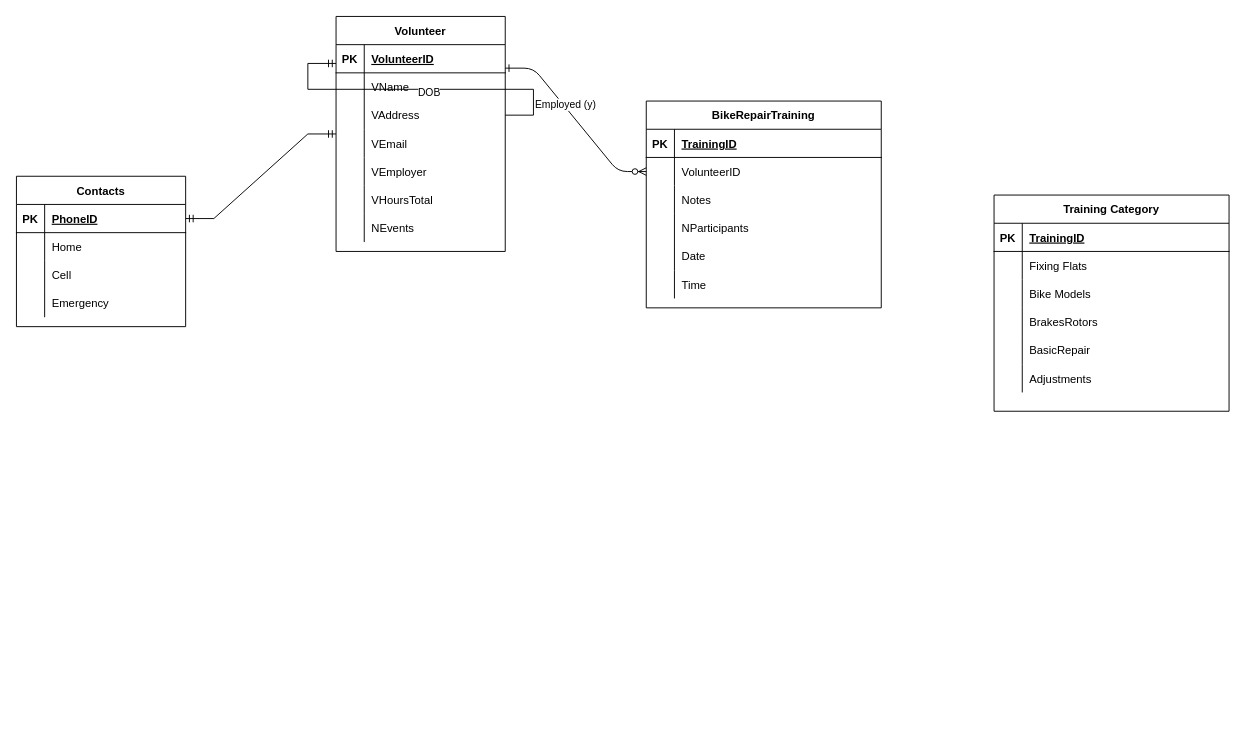
The draw.io diagram Untitled Diagram.drawio in dcar2121/sl4, before the edit. Source tidied: cells renumbered, new cells numbered last; positions are measured from the earlier drawing's top-left corner, leaving out a move shared by most shapes. Both pictures are drawn from the tidied source at 94%, with x=0, y=0 at pixel (16, 16).
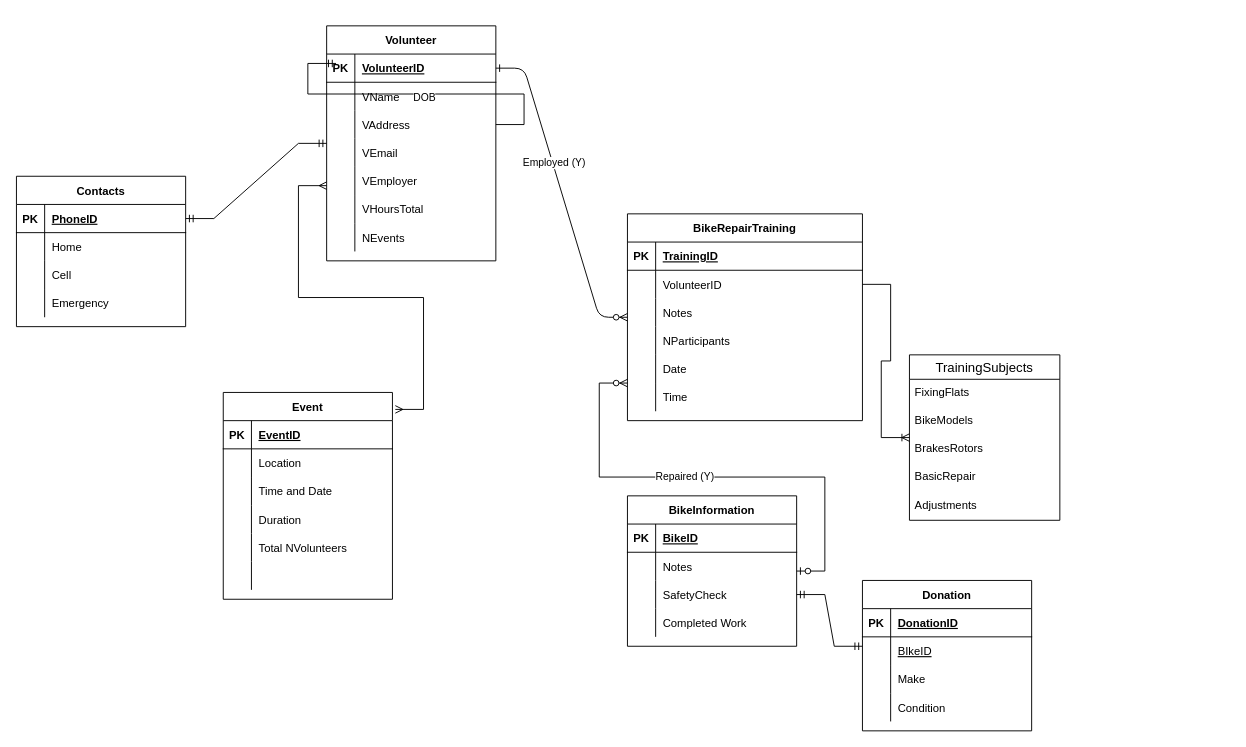
The same page after the edit.

The change refers to these unchanged cells:
```xml
<mxCell id="8" style="shape=partialRectangle;fillColor=none;points=[[0,0.5],[1,0.5]];portConstraint=eastwest;top=0;left=0;right=0;bottom=0;" parent="4" vertex="1">
  <mxGeometry y="60" width="250" height="30" as="geometry" />
</mxCell>
<mxCell id="56" style="shape=tableRow;horizontal=0;startSize=0;swimlaneHead=0;swimlaneBody=0;fillColor=none;points=[[0,0.5],[1,0.5]];portConstraint=eastwest;top=0;left=0;right=0;bottom=1;" parent="55" vertex="1">
  <mxGeometry y="30" width="180" height="30" as="geometry" />
</mxCell>
```

What changed in the source:
```diff
@@
-    <mxCell id="2" style="edgeStyle=entityRelationEdgeStyle;endArrow=ERzeroToMany;startArrow=ERone;endFill=1;startFill=0;" parent="1" edge="1">
-      <mxGeometry relative="1" as="geometry">
-        <mxPoint x="520" y="55" as="sourcePoint" />
-        <mxPoint x="670" y="165" as="targetPoint" />
-      </mxGeometry>
+    <mxCell id="2" style="edgeStyle=entityRelationEdgeStyle;endArrow=ERzeroToMany;startArrow=ERone;endFill=1;startFill=0;exitX=1;exitY=0.5;exitDx=0;exitDy=0;" parent="1" edge="1" source="56" target="4">
+      <mxGeometry relative="1" as="geometry" />
     </mxCell>
-    <mxCell id="3" value="Employed (y)" style="edgeLabel;html=1;align=center;verticalAlign=middle;" parent="2" vertex="1">
+    <mxCell id="3" value="Employed (Y)" style="edgeLabel;html=1;align=center;verticalAlign=middle;" parent="2" vertex="1">
       <mxGeometry x="-0.2" y="1" relative="1" as="geometry" />
     </mxCell>
     <mxCell id="4" value="BikeRepairTraining" style="shape=table;startSize=30;childLayout=tableLayout;rowLines=0;fontStyle=1;align=center;" parent="1" vertex="1">
-      <mxGeometry x="670" y="90" width="250" height="220" as="geometry" />
+      <mxGeometry x="650" y="210" width="250" height="220" as="geometry" />
     </mxCell>
@@
-    <mxCell id="23" value="Training Category" style="shape=table;startSize=30;childLayout=tableLayout;rowLines=0;fontStyle=1;align=center;" parent="1" vertex="1">
-      <mxGeometry x="1040" y="190" width="250" height="230" as="geometry" />
-    </mxCell>
-    <mxCell id="24" style="shape=partialRectangle;fillColor=none;top=0;left=0;right=0;bottom=1;" parent="23" vertex="1">
-      <mxGeometry y="30" width="250" height="30" as="geometry" />
-    </mxCell>
-    <mxCell id="25" value="PK" style="shape=partialRectangle;overflow=hidden;fillColor=none;top=0;left=0;bottom=0;right=0;fontStyle=1;" parent="24" vertex="1">
-      <mxGeometry width="30" height="30" as="geometry" />
-    </mxCell>
-    <mxCell id="26" value="TrainingID" style="shape=partialRectangle;overflow=hidden;fillColor=none;top=0;left=0;bottom=0;right=0;align=left;spacingLeft=6;fontStyle=5;" parent="24" vertex="1">
-      <mxGeometry x="30" width="220" height="30" as="geometry" />
-    </mxCell>
-    <mxCell id="27" style="shape=partialRectangle;fillColor=none;top=0;left=0;right=0;bottom=0;" parent="23" vertex="1">
-      <mxGeometry y="60" width="250" height="30" as="geometry" />
-    </mxCell>
-    <mxCell id="28" style="shape=partialRectangle;overflow=hidden;fillColor=none;top=0;left=0;bottom=0;right=0;" parent="27" vertex="1">
-      <mxGeometry width="30" height="30" as="geometry" />
-    </mxCell>
-    <mxCell id="29" value="Fixing Flats" style="shape=partialRectangle;overflow=hidden;fillColor=none;top=0;left=0;bottom=0;right=0;align=left;spacingLeft=6;" parent="27" vertex="1">
-      <mxGeometry x="30" width="220" height="30" as="geometry" />
-    </mxCell>
-    <mxCell id="30" style="shape=partialRectangle;fillColor=none;top=0;left=0;right=0;bottom=0;" parent="23" vertex="1">
-      <mxGeometry y="90" width="250" height="30" as="geometry" />
-    </mxCell>
-    <mxCell id="31" style="shape=partialRectangle;overflow=hidden;fillColor=none;top=0;left=0;bottom=0;right=0;" parent="30" vertex="1">
-      <mxGeometry width="30" height="30" as="geometry" />
-    </mxCell>
-    <mxCell id="32" value="Bike Models" style="shape=partialRectangle;overflow=hidden;fillColor=none;top=0;left=0;bottom=0;right=0;align=left;spacingLeft=6;" parent="30" vertex="1">
-      <mxGeometry x="30" width="220" height="30" as="geometry" />
-    </mxCell>
-    <mxCell id="33" style="shape=partialRectangle;fillColor=none;top=0;left=0;right=0;bottom=0;" parent="23" vertex="1">
-      <mxGeometry y="120" width="250" height="30" as="geometry" />
-    </mxCell>
-    <mxCell id="34" style="shape=partialRectangle;overflow=hidden;fillColor=none;top=0;left=0;bottom=0;right=0;" parent="33" vertex="1">
-      <mxGeometry width="30" height="30" as="geometry" />
-    </mxCell>
-    <mxCell id="35" value="BrakesRotors " style="shape=partialRectangle;overflow=hidden;fillColor=none;top=0;left=0;bottom=0;right=0;align=left;spacingLeft=6;" parent="33" vertex="1">
-      <mxGeometry x="30" width="220" height="30" as="geometry" />
-    </mxCell>
-    <mxCell id="36" style="shape=partialRectangle;fillColor=none;top=0;left=0;right=0;bottom=0;" parent="23" vertex="1">
-      <mxGeometry y="150" width="250" height="30" as="geometry" />
-    </mxCell>
-    <mxCell id="37" style="shape=partialRectangle;overflow=hidden;fillColor=none;top=0;left=0;bottom=0;right=0;" parent="36" vertex="1">
-      <mxGeometry width="30" height="30" as="geometry" />
-    </mxCell>
-    <mxCell id="38" value="BasicRepair" style="shape=partialRectangle;overflow=hidden;fillColor=none;top=0;left=0;bottom=0;right=0;align=left;spacingLeft=6;" parent="36" vertex="1">
-      <mxGeometry x="30" width="220" height="30" as="geometry" />
-    </mxCell>
-    <mxCell id="39" style="shape=partialRectangle;fillColor=none;top=0;left=0;right=0;bottom=0;" parent="23" vertex="1">
-      <mxGeometry y="180" width="250" height="30" as="geometry" />
-    </mxCell>
-    <mxCell id="40" style="shape=partialRectangle;overflow=hidden;fillColor=none;top=0;left=0;bottom=0;right=0;" parent="39" vertex="1">
-      <mxGeometry width="30" height="30" as="geometry" />
-    </mxCell>
-    <mxCell id="41" value="Adjustments" style="shape=partialRectangle;overflow=hidden;fillColor=none;top=0;left=0;bottom=0;right=0;align=left;spacingLeft=6;" parent="39" vertex="1">
-      <mxGeometry x="30" width="220" height="30" as="geometry" />
-    </mxCell>
@@
     <mxCell id="55" value="Volunteer" style="shape=table;startSize=30;childLayout=tableLayout;rowLines=0;fontStyle=1;align=center;" parent="1" vertex="1">
-      <mxGeometry x="340" width="180" height="250" as="geometry" />
+      <mxGeometry x="330" y="10" width="180" height="250" as="geometry" />
     </mxCell>
@@
+    <mxCell id="80" style="edgeStyle=entityRelationEdgeStyle;fontSize=12;html=1;endArrow=ERoneToMany;rounded=0;" parent="1" edge="1" source="8" target="81">
+      <mxGeometry relative="1" as="geometry" />
+    </mxCell>
+    <mxCell id="81" value="TrainingSubjects" style="swimlane;fontStyle=0;horizontal=1;startSize=26;align=center;fontSize=14;" parent="1" vertex="1">
+      <mxGeometry x="950" y="360" width="160" height="176" as="geometry" />
+    </mxCell>
+    <mxCell id="82" value="FixingFlats    " style="text;strokeColor=none;fillColor=none;spacingLeft=4;spacingRight=4;overflow=hidden;fontSize=12;" parent="81" vertex="1">
+      <mxGeometry y="26" width="160" height="30" as="geometry" />
+    </mxCell>
+    <mxCell id="83" value="BikeModels" style="text;strokeColor=none;fillColor=none;spacingLeft=4;spacingRight=4;overflow=hidden;fontSize=12;" parent="81" vertex="1">
+      <mxGeometry y="56" width="160" height="30" as="geometry" />
+    </mxCell>
+    <mxCell id="35" value="BrakesRotors" style="text;strokeColor=none;fillColor=none;spacingLeft=4;spacingRight=4;overflow=hidden;fontSize=12;" parent="81" vertex="1">
+      <mxGeometry y="86" width="160" height="30" as="geometry" />
+    </mxCell>
+    <mxCell id="38" value="BasicRepair" style="text;strokeColor=none;fillColor=none;spacingLeft=4;spacingRight=4;overflow=hidden;fontSize=12;" parent="81" vertex="1">
+      <mxGeometry y="116" width="160" height="30" as="geometry" />
+    </mxCell>
+    <mxCell id="41" value="Adjustments" style="text;strokeColor=none;fillColor=none;spacingLeft=4;spacingRight=4;overflow=hidden;fontSize=12;" parent="81" vertex="1">
+      <mxGeometry y="146" width="160" height="30" as="geometry" />
+    </mxCell>
+    <mxCell id="84" value="Event" style="shape=table;startSize=30;childLayout=tableLayout;rowLines=0;fontStyle=1;align=center;" parent="1" vertex="1">
+      <mxGeometry x="220" y="400" width="180" height="220" as="geometry" />
+    </mxCell>
+    <mxCell id="85" style="shape=tableRow;horizontal=0;startSize=0;swimlaneHead=0;swimlaneBody=0;fillColor=none;top=0;left=0;right=0;bottom=1;" parent="84" vertex="1">
+      <mxGeometry y="30" width="180" height="30" as="geometry" />
+    </mxCell>
+    <mxCell id="86" value="PK" style="shape=partialRectangle;fillColor=none;top=0;left=0;bottom=0;right=0;fontStyle=1;overflow=hidden;" parent="85" vertex="1">
+      <mxGeometry width="30" height="30" as="geometry" />
+    </mxCell>
+    <mxCell id="87" value="EventID" style="shape=partialRectangle;fillColor=none;top=0;left=0;bottom=0;right=0;align=left;spacingLeft=6;fontStyle=5;overflow=hidden;" parent="85" vertex="1">
+      <mxGeometry x="30" width="150" height="30" as="geometry" />
+    </mxCell>
+    <mxCell id="88" style="shape=tableRow;horizontal=0;startSize=0;swimlaneHead=0;swimlaneBody=0;fillColor=none;top=0;left=0;right=0;bottom=0;" parent="84" vertex="1">
+      <mxGeometry y="60" width="180" height="30" as="geometry" />
+    </mxCell>
+    <mxCell id="89" style="shape=partialRectangle;fillColor=none;top=0;left=0;bottom=0;right=0;overflow=hidden;" parent="88" vertex="1">
+      <mxGeometry width="30" height="30" as="geometry" />
+    </mxCell>
+    <mxCell id="90" value="Location" style="shape=partialRectangle;fillColor=none;top=0;left=0;bottom=0;right=0;align=left;spacingLeft=6;overflow=hidden;" parent="88" vertex="1">
+      <mxGeometry x="30" width="150" height="30" as="geometry" />
+    </mxCell>
+    <mxCell id="91" style="shape=tableRow;horizontal=0;startSize=0;swimlaneHead=0;swimlaneBody=0;fillColor=none;top=0;left=0;right=0;bottom=0;" parent="84" vertex="1">
+      <mxGeometry y="90" width="180" height="30" as="geometry" />
+    </mxCell>
+    <mxCell id="92" style="shape=partialRectangle;fillColor=none;top=0;left=0;bottom=0;right=0;overflow=hidden;" parent="91" vertex="1">
+      <mxGeometry width="30" height="30" as="geometry" />
+    </mxCell>
+    <mxCell id="93" value="Time and Date" style="shape=partialRectangle;fillColor=none;top=0;left=0;bottom=0;right=0;align=left;spacingLeft=6;overflow=hidden;" parent="91" vertex="1">
+      <mxGeometry x="30" width="150" height="30" as="geometry" />
+    </mxCell>
+    <mxCell id="94" style="shape=tableRow;horizontal=0;startSize=0;swimlaneHead=0;swimlaneBody=0;fillColor=none;top=0;left=0;right=0;bottom=0;" parent="84" vertex="1">
+      <mxGeometry y="120" width="180" height="30" as="geometry" />
+    </mxCell>
+    <mxCell id="95" style="shape=partialRectangle;fillColor=none;top=0;left=0;bottom=0;right=0;overflow=hidden;" parent="94" vertex="1">
+      <mxGeometry width="30" height="30" as="geometry" />
+    </mxCell>
+    <mxCell id="96" value="Duration" style="shape=partialRectangle;fillColor=none;top=0;left=0;bottom=0;right=0;align=left;spacingLeft=6;overflow=hidden;" parent="94" vertex="1">
+      <mxGeometry x="30" width="150" height="30" as="geometry" />
+    </mxCell>
+    <mxCell id="97" style="shape=tableRow;horizontal=0;startSize=0;swimlaneHead=0;swimlaneBody=0;fillColor=none;top=0;left=0;right=0;bottom=0;" parent="84" vertex="1">
+      <mxGeometry y="150" width="180" height="30" as="geometry" />
+    </mxCell>
+    <mxCell id="98" style="shape=partialRectangle;fillColor=none;top=0;left=0;bottom=0;right=0;overflow=hidden;" parent="97" vertex="1">
+      <mxGeometry width="30" height="30" as="geometry" />
+    </mxCell>
+    <mxCell id="99" value="Total NVolunteers" style="shape=partialRectangle;fillColor=none;top=0;left=0;bottom=0;right=0;align=left;spacingLeft=6;overflow=hidden;" parent="97" vertex="1">
+      <mxGeometry x="30" width="150" height="30" as="geometry" />
+    </mxCell>
+    <mxCell id="100" style="shape=tableRow;horizontal=0;startSize=0;swimlaneHead=0;swimlaneBody=0;fillColor=none;top=0;left=0;right=0;bottom=0;" parent="84" vertex="1">
+      <mxGeometry y="180" width="180" height="30" as="geometry" />
+    </mxCell>
+    <mxCell id="101" style="shape=partialRectangle;fillColor=none;top=0;left=0;bottom=0;right=0;overflow=hidden;" parent="100" vertex="1">
+      <mxGeometry width="30" height="30" as="geometry" />
+    </mxCell>
+    <mxCell id="102" style="shape=partialRectangle;fillColor=none;top=0;left=0;bottom=0;right=0;align=left;spacingLeft=6;overflow=hidden;" parent="100" vertex="1">
+      <mxGeometry x="30" width="150" height="30" as="geometry" />
+    </mxCell>
+    <mxCell id="103" value="BikeInformation" style="shape=table;startSize=30;childLayout=tableLayout;rowLines=0;fontStyle=1;align=center;" parent="1" vertex="1">
+      <mxGeometry x="650" y="510" width="180" height="160" as="geometry" />
+    </mxCell>
+    <mxCell id="104" style="shape=tableRow;horizontal=0;startSize=0;swimlaneHead=0;swimlaneBody=0;fillColor=none;top=0;left=0;right=0;bottom=1;" parent="103" vertex="1">
+      <mxGeometry y="30" width="180" height="30" as="geometry" />
+    </mxCell>
+    <mxCell id="105" value="PK" style="shape=partialRectangle;fillColor=none;top=0;left=0;bottom=0;right=0;fontStyle=1;overflow=hidden;" parent="104" vertex="1">
+      <mxGeometry width="30" height="30" as="geometry" />
+    </mxCell>
+    <mxCell id="106" value="BikeID" style="shape=partialRectangle;fillColor=none;top=0;left=0;bottom=0;right=0;align=left;spacingLeft=6;fontStyle=5;overflow=hidden;" parent="104" vertex="1">
+      <mxGeometry x="30" width="150" height="30" as="geometry" />
+    </mxCell>
+    <mxCell id="107" style="shape=tableRow;horizontal=0;startSize=0;swimlaneHead=0;swimlaneBody=0;fillColor=none;top=0;left=0;right=0;bottom=0;" parent="103" vertex="1">
+      <mxGeometry y="60" width="180" height="30" as="geometry" />
+    </mxCell>
+    <mxCell id="108" style="shape=partialRectangle;fillColor=none;top=0;left=0;bottom=0;right=0;overflow=hidden;" parent="107" vertex="1">
+      <mxGeometry width="30" height="30" as="geometry" />
+    </mxCell>
+    <mxCell id="109" value="Notes" style="shape=partialRectangle;fillColor=none;top=0;left=0;bottom=0;right=0;align=left;spacingLeft=6;overflow=hidden;" parent="107" vertex="1">
+      <mxGeometry x="30" width="150" height="30" as="geometry" />
+    </mxCell>
+    <mxCell id="110" style="shape=tableRow;horizontal=0;startSize=0;swimlaneHead=0;swimlaneBody=0;fillColor=none;points=[[0,0.5],[1,0.5]];portConstraint=eastwest;top=0;left=0;right=0;bottom=0;" parent="103" vertex="1">
+      <mxGeometry y="90" width="180" height="30" as="geometry" />
+    </mxCell>
+    <mxCell id="111" style="shape=partialRectangle;fillColor=none;top=0;left=0;bottom=0;right=0;overflow=hidden;" parent="110" vertex="1">
+      <mxGeometry width="30" height="30" as="geometry" />
+    </mxCell>
+    <mxCell id="112" value="SafetyCheck" style="shape=partialRectangle;fillColor=none;top=0;left=0;bottom=0;right=0;align=left;spacingLeft=6;overflow=hidden;" parent="110" vertex="1">
+      <mxGeometry x="30" width="150" height="30" as="geometry" />
+    </mxCell>
+    <mxCell id="113" style="shape=tableRow;horizontal=0;startSize=0;swimlaneHead=0;swimlaneBody=0;fillColor=none;top=0;left=0;right=0;bottom=0;" parent="103" vertex="1">
+      <mxGeometry y="120" width="180" height="30" as="geometry" />
+    </mxCell>
+    <mxCell id="114" style="shape=partialRectangle;fillColor=none;top=0;left=0;bottom=0;right=0;overflow=hidden;" parent="113" vertex="1">
+      <mxGeometry width="30" height="30" as="geometry" />
+    </mxCell>
+    <mxCell id="115" value="Completed Work" style="shape=partialRectangle;fillColor=none;top=0;left=0;bottom=0;right=0;align=left;spacingLeft=6;overflow=hidden;" parent="113" vertex="1">
+      <mxGeometry x="30" width="150" height="30" as="geometry" />
+    </mxCell>
+    <mxCell id="116" style="edgeStyle=entityRelationEdgeStyle;fontSize=12;html=1;endArrow=ERzeroToMany;startArrow=ERzeroToOne;rounded=0;" parent="1" edge="1" source="103">
+      <mxGeometry relative="1" as="geometry">
+        <mxPoint x="650" y="390" as="targetPoint" />
+      </mxGeometry>
+    </mxCell>
+    <mxCell id="117" value="Repaired (Y)" style="edgeLabel;html=1;align=center;verticalAlign=middle;" parent="116" vertex="1">
+      <mxGeometry x="0.12" y="-1" relative="1" as="geometry" />
+    </mxCell>
+    <mxCell id="118" style="edgeStyle=entityRelationEdgeStyle;fontSize=12;html=1;endArrow=ERmany;startArrow=ERmany;rounded=0;exitX=1.017;exitY=0.082;exitDx=0;exitDy=0;exitPerimeter=0;" parent="1" edge="1" source="84">
+      <mxGeometry relative="1" as="geometry">
+        <mxPoint x="330" y="180" as="targetPoint" />
+      </mxGeometry>
+    </mxCell>
+    <mxCell id="119" value="Donation" style="shape=table;startSize=30;childLayout=tableLayout;rowLines=0;fontStyle=1;align=center;" parent="1" vertex="1">
+      <mxGeometry x="900" y="600" width="180" height="160" as="geometry" />
+    </mxCell>
+    <mxCell id="120" style="shape=tableRow;horizontal=0;startSize=0;swimlaneHead=0;swimlaneBody=0;fillColor=none;top=0;left=0;right=0;bottom=1;" parent="119" vertex="1">
+      <mxGeometry y="30" width="180" height="30" as="geometry" />
+    </mxCell>
+    <mxCell id="121" value="PK" style="shape=partialRectangle;fillColor=none;top=0;left=0;bottom=0;right=0;fontStyle=1;overflow=hidden;" parent="120" vertex="1">
+      <mxGeometry width="30" height="30" as="geometry" />
+    </mxCell>
+    <mxCell id="122" value="DonationID" style="shape=partialRectangle;fillColor=none;top=0;left=0;bottom=0;right=0;align=left;spacingLeft=6;fontStyle=5;overflow=hidden;" parent="120" vertex="1">
+      <mxGeometry x="30" width="150" height="30" as="geometry" />
+    </mxCell>
+    <mxCell id="123" style="shape=tableRow;horizontal=0;startSize=0;swimlaneHead=0;swimlaneBody=0;fillColor=none;top=0;left=0;right=0;bottom=0;" parent="119" vertex="1">
+      <mxGeometry y="60" width="180" height="30" as="geometry" />
+    </mxCell>
+    <mxCell id="124" style="shape=partialRectangle;fillColor=none;top=0;left=0;bottom=0;right=0;overflow=hidden;" parent="123" vertex="1">
+      <mxGeometry width="30" height="30" as="geometry" />
+    </mxCell>
+    <mxCell id="125" value="BIkeID" style="shape=partialRectangle;fillColor=none;top=0;left=0;bottom=0;right=0;align=left;spacingLeft=6;overflow=hidden;fontStyle=4;" parent="123" vertex="1">
+      <mxGeometry x="30" width="150" height="30" as="geometry" />
+    </mxCell>
+    <mxCell id="126" style="shape=tableRow;horizontal=0;startSize=0;swimlaneHead=0;swimlaneBody=0;fillColor=none;top=0;left=0;right=0;bottom=0;" parent="119" vertex="1">
+      <mxGeometry y="90" width="180" height="30" as="geometry" />
+    </mxCell>
+    <mxCell id="127" style="shape=partialRectangle;fillColor=none;top=0;left=0;bottom=0;right=0;overflow=hidden;" parent="126" vertex="1">
+      <mxGeometry width="30" height="30" as="geometry" />
+    </mxCell>
+    <mxCell id="128" value="Make" style="shape=partialRectangle;fillColor=none;top=0;left=0;bottom=0;right=0;align=left;spacingLeft=6;overflow=hidden;" parent="126" vertex="1">
+      <mxGeometry x="30" width="150" height="30" as="geometry" />
+    </mxCell>
+    <mxCell id="129" style="shape=tableRow;horizontal=0;startSize=0;swimlaneHead=0;swimlaneBody=0;fillColor=none;top=0;left=0;right=0;bottom=0;" parent="119" vertex="1">
+      <mxGeometry y="120" width="180" height="30" as="geometry" />
+    </mxCell>
+    <mxCell id="130" style="shape=partialRectangle;fillColor=none;top=0;left=0;bottom=0;right=0;overflow=hidden;" parent="129" vertex="1">
+      <mxGeometry width="30" height="30" as="geometry" />
+    </mxCell>
+    <mxCell id="131" value="Condition" style="shape=partialRectangle;fillColor=none;top=0;left=0;bottom=0;right=0;align=left;spacingLeft=6;overflow=hidden;" parent="129" vertex="1">
+      <mxGeometry x="30" width="150" height="30" as="geometry" />
+    </mxCell>
+    <mxCell id="132" style="edgeStyle=entityRelationEdgeStyle;fontSize=12;html=1;endArrow=ERmandOne;startArrow=ERmandOne;rounded=0;exitX=1;exitY=0.5;exitDx=0;exitDy=0;" parent="1" edge="1" source="110">
+      <mxGeometry relative="1" as="geometry">
+        <mxPoint x="900" y="670" as="targetPoint" />
+      </mxGeometry>
+    </mxCell>
```
